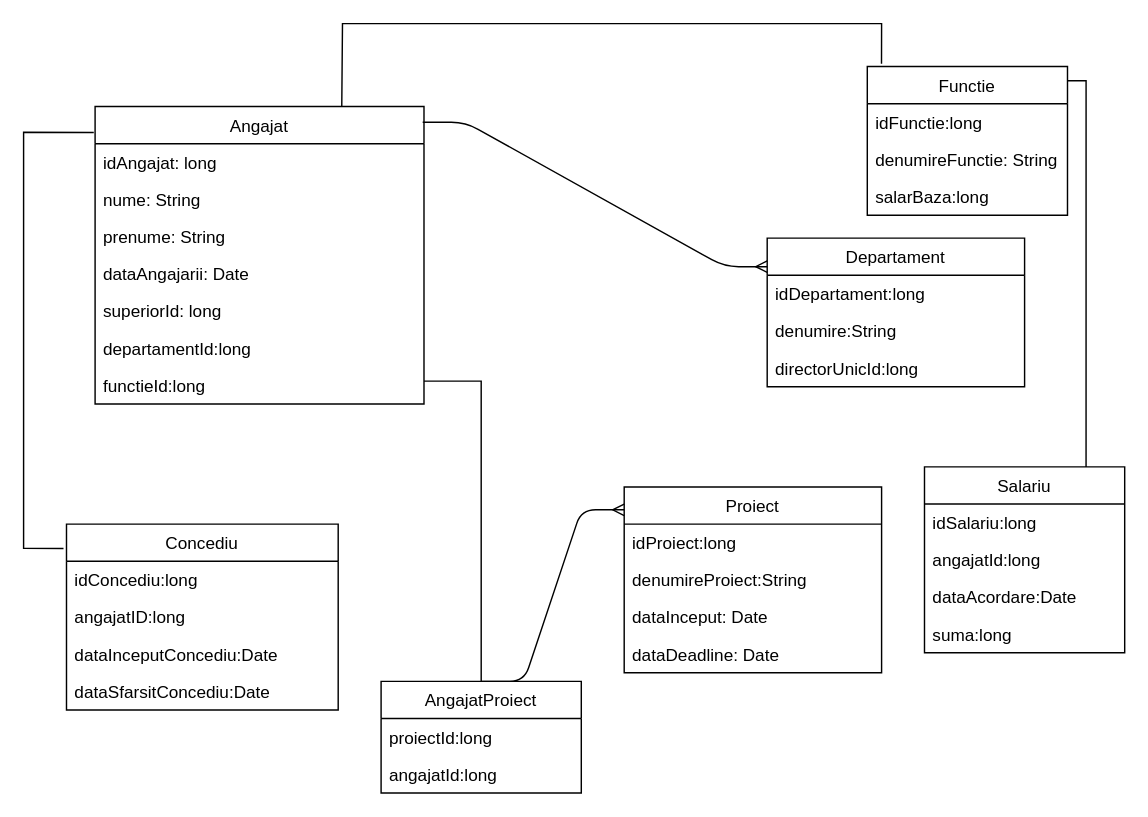
The draw.io diagram src/companieDiagramaEntitati.drawio in cristianabote/Companie, before the edit. Source tidied: cells renumbered, new cells numbered last; positions are measured from the earlier drawing's top-left corner, leaving out a move shared by most shapes. Both pictures are drawn from the tidied source at 143%, with x=0, y=0 at pixel (23, 23).
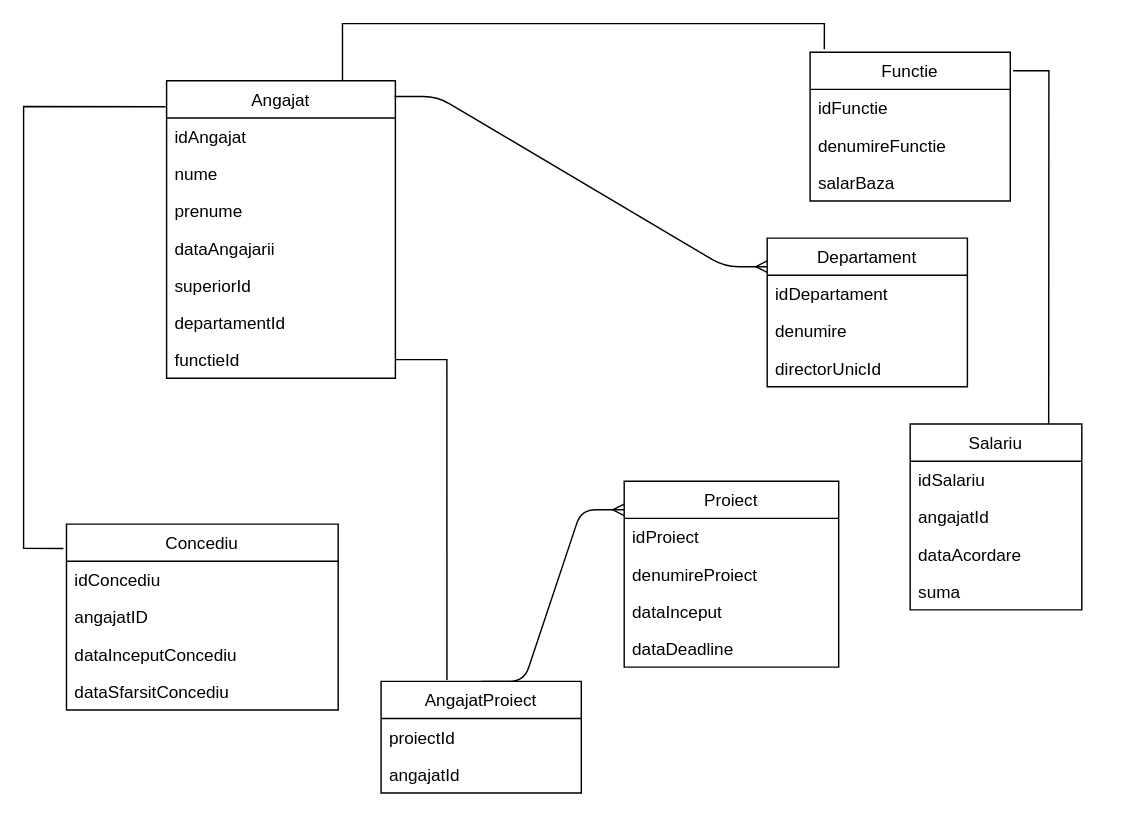
The same diagram, later.

Unchanged cells that the change refers to:
```xml
<mxCell id="19" value="Concediu" style="swimlane;fontStyle=0;horizontal=1;startSize=26;fillColor=none;" parent="1" vertex="1">
  <mxGeometry x="30" y="350" width="190" height="130" as="geometry" />
</mxCell>
<mxCell id="33" value="AngajatProiect" style="swimlane;fontStyle=0;horizontal=1;startSize=26;fillColor=none;" parent="1" vertex="1">
  <mxGeometry x="250" y="460" width="140" height="78" as="geometry" />
</mxCell>
```

What changed in the source:
```diff
@@
     <mxCell id="2" value="Angajat" style="swimlane;fontStyle=0;horizontal=1;startSize=26;fillColor=none;" parent="1" vertex="1">
-      <mxGeometry x="50" y="58" width="230" height="208" as="geometry" />
+      <mxGeometry x="100" y="40" width="160" height="208" as="geometry" />
     </mxCell>
-    <mxCell id="3" value="idAngajat: long" style="text;strokeColor=none;fillColor=none;align=left;verticalAlign=top;spacingLeft=4;spacingRight=4;overflow=hidden;" parent="2" vertex="1">
-      <mxGeometry y="26" width="230" height="26" as="geometry" />
+    <mxCell id="3" value="idAngajat" style="text;strokeColor=none;fillColor=none;align=left;verticalAlign=top;spacingLeft=4;spacingRight=4;overflow=hidden;" parent="2" vertex="1">
+      <mxGeometry y="26" width="160" height="26" as="geometry" />
     </mxCell>
-    <mxCell id="4" value="nume: String" style="text;strokeColor=none;fillColor=none;align=left;verticalAlign=top;spacingLeft=4;spacingRight=4;overflow=hidden;" parent="2" vertex="1">
-      <mxGeometry y="52" width="230" height="26" as="geometry" />
+    <mxCell id="4" value="nume&#10;" style="text;strokeColor=none;fillColor=none;align=left;verticalAlign=top;spacingLeft=4;spacingRight=4;overflow=hidden;" parent="2" vertex="1">
+      <mxGeometry y="52" width="160" height="26" as="geometry" />
     </mxCell>
-    <mxCell id="5" value="prenume: String" style="text;strokeColor=none;fillColor=none;align=left;verticalAlign=top;spacingLeft=4;spacingRight=4;overflow=hidden;" parent="2" vertex="1">
-      <mxGeometry y="78" width="230" height="26" as="geometry" />
+    <mxCell id="5" value="prenume" style="text;strokeColor=none;fillColor=none;align=left;verticalAlign=top;spacingLeft=4;spacingRight=4;overflow=hidden;" parent="2" vertex="1">
+      <mxGeometry y="78" width="160" height="26" as="geometry" />
     </mxCell>
-    <mxCell id="6" value="dataAngajarii: Date" style="text;strokeColor=none;fillColor=none;align=left;verticalAlign=top;spacingLeft=4;spacingRight=4;overflow=hidden;" parent="2" vertex="1">
-      <mxGeometry y="104" width="230" height="26" as="geometry" />
+    <mxCell id="6" value="dataAngajarii" style="text;strokeColor=none;fillColor=none;align=left;verticalAlign=top;spacingLeft=4;spacingRight=4;overflow=hidden;" parent="2" vertex="1">
+      <mxGeometry y="104" width="160" height="26" as="geometry" />
     </mxCell>
-    <mxCell id="7" value="superiorId: long" style="text;strokeColor=none;fillColor=none;align=left;verticalAlign=top;spacingLeft=4;spacingRight=4;overflow=hidden;" parent="2" vertex="1">
-      <mxGeometry y="130" width="230" height="26" as="geometry" />
+    <mxCell id="7" value="superiorId" style="text;strokeColor=none;fillColor=none;align=left;verticalAlign=top;spacingLeft=4;spacingRight=4;overflow=hidden;" parent="2" vertex="1">
+      <mxGeometry y="130" width="160" height="26" as="geometry" />
     </mxCell>
-    <mxCell id="8" value="departamentId:long" style="text;strokeColor=none;fillColor=none;align=left;verticalAlign=top;spacingLeft=4;spacingRight=4;overflow=hidden;" parent="2" vertex="1">
-      <mxGeometry y="156" width="230" height="26" as="geometry" />
+    <mxCell id="8" value="departamentId" style="text;strokeColor=none;fillColor=none;align=left;verticalAlign=top;spacingLeft=4;spacingRight=4;overflow=hidden;" parent="2" vertex="1">
+      <mxGeometry y="156" width="160" height="26" as="geometry" />
     </mxCell>
-    <mxCell id="9" value="functieId:long" style="text;strokeColor=none;fillColor=none;align=left;verticalAlign=top;spacingLeft=4;spacingRight=4;overflow=hidden;points=[[0,0.5],[1,0.5]];portConstraint=eastwest;" parent="2" vertex="1">
-      <mxGeometry y="182" width="230" height="26" as="geometry" />
+    <mxCell id="9" value="functieId" style="text;strokeColor=none;fillColor=none;align=left;verticalAlign=top;spacingLeft=4;spacingRight=4;overflow=hidden;points=[[0,0.5],[1,0.5]];portConstraint=eastwest;" parent="2" vertex="1">
+      <mxGeometry y="182" width="160" height="26" as="geometry" />
     </mxCell>
     <mxCell id="10" value="Functie" style="swimlane;fontStyle=0;horizontal=1;startSize=26;fillColor=none;" parent="1" vertex="1">
-      <mxGeometry x="590" y="30" width="140" height="104" as="geometry" />
+      <mxGeometry x="550" y="20" width="140" height="104" as="geometry" />
     </mxCell>
-    <mxCell id="11" value="idFunctie:long" style="text;strokeColor=none;fillColor=none;align=left;verticalAlign=top;spacingLeft=4;spacingRight=4;overflow=hidden;" parent="10" vertex="1">
+    <mxCell id="11" value="idFunctie" style="text;strokeColor=none;fillColor=none;align=left;verticalAlign=top;spacingLeft=4;spacingRight=4;overflow=hidden;" parent="10" vertex="1">
       <mxGeometry y="26" width="140" height="26" as="geometry" />
     </mxCell>
-    <mxCell id="12" value="denumireFunctie: String" style="text;strokeColor=none;fillColor=none;align=left;verticalAlign=top;spacingLeft=4;spacingRight=4;overflow=hidden;" parent="10" vertex="1">
+    <mxCell id="12" value="denumireFunctie" style="text;strokeColor=none;fillColor=none;align=left;verticalAlign=top;spacingLeft=4;spacingRight=4;overflow=hidden;" parent="10" vertex="1">
       <mxGeometry y="52" width="140" height="26" as="geometry" />
     </mxCell>
-    <mxCell id="13" value="salarBaza:long" style="text;strokeColor=none;fillColor=none;align=left;verticalAlign=top;spacingLeft=4;spacingRight=4;overflow=hidden;" parent="10" vertex="1">
+    <mxCell id="13" value="salarBaza" style="text;strokeColor=none;fillColor=none;align=left;verticalAlign=top;spacingLeft=4;spacingRight=4;overflow=hidden;" parent="10" vertex="1">
       <mxGeometry y="78" width="140" height="26" as="geometry" />
     </mxCell>
     <mxCell id="14" value="Proiect" style="swimlane;fontStyle=0;horizontal=1;startSize=26;fillColor=none;" parent="1" vertex="1">
-      <mxGeometry x="420" y="324" width="180" height="130" as="geometry" />
+      <mxGeometry x="420" y="320" width="150" height="130" as="geometry" />
     </mxCell>
-    <mxCell id="15" value="idProiect:long" style="text;strokeColor=none;fillColor=none;align=left;verticalAlign=top;spacingLeft=4;spacingRight=4;overflow=hidden;" parent="14" vertex="1">
-      <mxGeometry y="26" width="180" height="26" as="geometry" />
+    <mxCell id="15" value="idProiect" style="text;strokeColor=none;fillColor=none;align=left;verticalAlign=top;spacingLeft=4;spacingRight=4;overflow=hidden;" parent="14" vertex="1">
+      <mxGeometry y="26" width="150" height="26" as="geometry" />
     </mxCell>
-    <mxCell id="16" value="denumireProiect:String" style="text;strokeColor=none;fillColor=none;align=left;verticalAlign=top;spacingLeft=4;spacingRight=4;overflow=hidden;" parent="14" vertex="1">
-      <mxGeometry y="52" width="180" height="26" as="geometry" />
+    <mxCell id="16" value="denumireProiect" style="text;strokeColor=none;fillColor=none;align=left;verticalAlign=top;spacingLeft=4;spacingRight=4;overflow=hidden;" parent="14" vertex="1">
+      <mxGeometry y="52" width="150" height="26" as="geometry" />
     </mxCell>
-    <mxCell id="17" value="dataInceput: Date" style="text;strokeColor=none;fillColor=none;align=left;verticalAlign=top;spacingLeft=4;spacingRight=4;overflow=hidden;" parent="14" vertex="1">
-      <mxGeometry y="78" width="180" height="26" as="geometry" />
+    <mxCell id="17" value="dataInceput" style="text;strokeColor=none;fillColor=none;align=left;verticalAlign=top;spacingLeft=4;spacingRight=4;overflow=hidden;" parent="14" vertex="1">
+      <mxGeometry y="78" width="150" height="26" as="geometry" />
     </mxCell>
-    <mxCell id="18" value="dataDeadline: Date" style="text;strokeColor=none;fillColor=none;align=left;verticalAlign=top;spacingLeft=4;spacingRight=4;overflow=hidden;" parent="14" vertex="1">
-      <mxGeometry y="104" width="180" height="26" as="geometry" />
+    <mxCell id="18" value="dataDeadline" style="text;strokeColor=none;fillColor=none;align=left;verticalAlign=top;spacingLeft=4;spacingRight=4;overflow=hidden;" parent="14" vertex="1">
+      <mxGeometry y="104" width="150" height="26" as="geometry" />
     </mxCell>
@@
-    <mxCell id="20" value="idConcediu:long" style="text;strokeColor=none;fillColor=none;align=left;verticalAlign=top;spacingLeft=4;spacingRight=4;overflow=hidden;" parent="19" vertex="1">
+    <mxCell id="20" value="idConcediu" style="text;strokeColor=none;fillColor=none;align=left;verticalAlign=top;spacingLeft=4;spacingRight=4;overflow=hidden;" parent="19" vertex="1">
       <mxGeometry y="26" width="190" height="26" as="geometry" />
     </mxCell>
-    <mxCell id="21" value="angajatID:long" style="text;strokeColor=none;fillColor=none;align=left;verticalAlign=top;spacingLeft=4;spacingRight=4;overflow=hidden;" parent="19" vertex="1">
+    <mxCell id="21" value="angajatID" style="text;strokeColor=none;fillColor=none;align=left;verticalAlign=top;spacingLeft=4;spacingRight=4;overflow=hidden;" parent="19" vertex="1">
       <mxGeometry y="52" width="190" height="26" as="geometry" />
     </mxCell>
-    <mxCell id="22" value="dataInceputConcediu:Date" style="text;strokeColor=none;fillColor=none;align=left;verticalAlign=top;spacingLeft=4;spacingRight=4;overflow=hidden;" parent="19" vertex="1">
+    <mxCell id="22" value="dataInceputConcediu" style="text;strokeColor=none;fillColor=none;align=left;verticalAlign=top;spacingLeft=4;spacingRight=4;overflow=hidden;" parent="19" vertex="1">
       <mxGeometry y="78" width="190" height="26" as="geometry" />
     </mxCell>
-    <mxCell id="23" value="dataSfarsitConcediu:Date" style="text;strokeColor=none;fillColor=none;align=left;verticalAlign=top;spacingLeft=4;spacingRight=4;overflow=hidden;" parent="19" vertex="1">
+    <mxCell id="23" value="dataSfarsitConcediu" style="text;strokeColor=none;fillColor=none;align=left;verticalAlign=top;spacingLeft=4;spacingRight=4;overflow=hidden;" parent="19" vertex="1">
       <mxGeometry y="104" width="190" height="26" as="geometry" />
     </mxCell>
     <mxCell id="24" value="Departament" style="swimlane;fontStyle=0;horizontal=1;startSize=26;fillColor=none;" parent="1" vertex="1">
-      <mxGeometry x="520" y="150" width="180" height="104" as="geometry" />
+      <mxGeometry x="520" y="150" width="140" height="104" as="geometry" />
     </mxCell>
-    <mxCell id="25" value="idDepartament:long" style="text;strokeColor=none;fillColor=none;align=left;verticalAlign=top;spacingLeft=4;spacingRight=4;overflow=hidden;" parent="24" vertex="1">
-      <mxGeometry y="26" width="180" height="26" as="geometry" />
+    <mxCell id="25" value="idDepartament" style="text;strokeColor=none;fillColor=none;align=left;verticalAlign=top;spacingLeft=4;spacingRight=4;overflow=hidden;" parent="24" vertex="1">
+      <mxGeometry y="26" width="140" height="26" as="geometry" />
     </mxCell>
-    <mxCell id="26" value="denumire:String" style="text;strokeColor=none;fillColor=none;align=left;verticalAlign=top;spacingLeft=4;spacingRight=4;overflow=hidden;" parent="24" vertex="1">
-      <mxGeometry y="52" width="180" height="26" as="geometry" />
+    <mxCell id="26" value="denumire" style="text;strokeColor=none;fillColor=none;align=left;verticalAlign=top;spacingLeft=4;spacingRight=4;overflow=hidden;" parent="24" vertex="1">
+      <mxGeometry y="52" width="140" height="26" as="geometry" />
     </mxCell>
-    <mxCell id="27" value="directorUnicId:long" style="text;strokeColor=none;fillColor=none;align=left;verticalAlign=top;spacingLeft=4;spacingRight=4;overflow=hidden;" parent="24" vertex="1">
-      <mxGeometry y="78" width="180" height="26" as="geometry" />
+    <mxCell id="27" value="directorUnicId" style="text;strokeColor=none;fillColor=none;align=left;verticalAlign=top;spacingLeft=4;spacingRight=4;overflow=hidden;" parent="24" vertex="1">
+      <mxGeometry y="78" width="140" height="26" as="geometry" />
     </mxCell>
     <mxCell id="28" value="Salariu" style="swimlane;fontStyle=0;horizontal=1;startSize=26;fillColor=none;" parent="1" vertex="1">
-      <mxGeometry x="630" y="310" width="140" height="130" as="geometry" />
+      <mxGeometry x="620" y="280" width="120" height="130" as="geometry" />
     </mxCell>
-    <mxCell id="29" value="idSalariu:long" style="text;strokeColor=none;fillColor=none;align=left;verticalAlign=top;spacingLeft=4;spacingRight=4;overflow=hidden;" parent="28" vertex="1">
-      <mxGeometry y="26" width="140" height="26" as="geometry" />
+    <mxCell id="29" value="idSalariu" style="text;strokeColor=none;fillColor=none;align=left;verticalAlign=top;spacingLeft=4;spacingRight=4;overflow=hidden;" parent="28" vertex="1">
+      <mxGeometry y="26" width="120" height="26" as="geometry" />
     </mxCell>
-    <mxCell id="30" value="angajatId:long" style="text;strokeColor=none;fillColor=none;align=left;verticalAlign=top;spacingLeft=4;spacingRight=4;overflow=hidden;" parent="28" vertex="1">
-      <mxGeometry y="52" width="140" height="26" as="geometry" />
+    <mxCell id="30" value="angajatId" style="text;strokeColor=none;fillColor=none;align=left;verticalAlign=top;spacingLeft=4;spacingRight=4;overflow=hidden;" parent="28" vertex="1">
+      <mxGeometry y="52" width="120" height="26" as="geometry" />
     </mxCell>
-    <mxCell id="31" value="dataAcordare:Date" style="text;strokeColor=none;fillColor=none;align=left;verticalAlign=top;spacingLeft=4;spacingRight=4;overflow=hidden;" parent="28" vertex="1">
-      <mxGeometry y="78" width="140" height="26" as="geometry" />
+    <mxCell id="31" value="dataAcordare" style="text;strokeColor=none;fillColor=none;align=left;verticalAlign=top;spacingLeft=4;spacingRight=4;overflow=hidden;" parent="28" vertex="1">
+      <mxGeometry y="78" width="120" height="26" as="geometry" />
     </mxCell>
-    <mxCell id="32" value="suma:long" style="text;strokeColor=none;fillColor=none;align=left;verticalAlign=top;spacingLeft=4;spacingRight=4;overflow=hidden;" parent="28" vertex="1">
-      <mxGeometry y="104" width="140" height="26" as="geometry" />
+    <mxCell id="32" value="suma" style="text;strokeColor=none;fillColor=none;align=left;verticalAlign=top;spacingLeft=4;spacingRight=4;overflow=hidden;" parent="28" vertex="1">
+      <mxGeometry y="104" width="120" height="26" as="geometry" />
     </mxCell>
@@
-    <mxCell id="34" value="proiectId:long" style="text;strokeColor=none;fillColor=none;align=left;verticalAlign=top;spacingLeft=4;spacingRight=4;overflow=hidden;" parent="33" vertex="1">
+    <mxCell id="34" value="proiectId" style="text;strokeColor=none;fillColor=none;align=left;verticalAlign=top;spacingLeft=4;spacingRight=4;overflow=hidden;" parent="33" vertex="1">
       <mxGeometry y="26" width="140" height="26" as="geometry" />
     </mxCell>
-    <mxCell id="35" value="angajatId:long" style="text;strokeColor=none;fillColor=none;align=left;verticalAlign=top;spacingLeft=4;spacingRight=4;overflow=hidden;" parent="33" vertex="1">
+    <mxCell id="35" value="angajatId" style="text;strokeColor=none;fillColor=none;align=left;verticalAlign=top;spacingLeft=4;spacingRight=4;overflow=hidden;" parent="33" vertex="1">
       <mxGeometry y="52" width="140" height="26" as="geometry" />
     </mxCell>
-    <mxCell id="36" style="endArrow=none;html=1;rounded=0;exitX=0.75;exitY=0;exitDx=0;exitDy=0;entryX=0.071;entryY=-0.019;entryDx=0;entryDy=0;entryPerimeter=0;" parent="1" edge="1" source="2" target="10">
+    <mxCell id="36" style="endArrow=none;html=1;rounded=0;entryX=0.071;entryY=-0.019;entryDx=0;entryDy=0;entryPerimeter=0;" parent="1" edge="1" target="10">
       <mxGeometry relative="1" as="geometry">
+        <mxPoint x="223" y="40" as="sourcePoint" />
         <Array as="points">
           <mxPoint x="223" />
-          <mxPoint x="600" />
+          <mxPoint x="560" />
         </Array>
       </mxGeometry>
     </mxCell>
-    <mxCell id="37" style="endArrow=none;html=1;rounded=0;entryX=0.807;entryY=0;entryDx=0;entryDy=0;entryPerimeter=0;" parent="1" edge="1" target="28">
+    <mxCell id="37" style="endArrow=none;html=1;rounded=0;entryX=0.807;entryY=0;entryDx=0;entryDy=0;entryPerimeter=0;exitX=1.014;exitY=0.125;exitDx=0;exitDy=0;exitPerimeter=0;" parent="1" edge="1" source="10" target="28">
       <mxGeometry relative="1" as="geometry">
-        <mxPoint x="730" y="40" as="sourcePoint" />
         <Array as="points">
-          <mxPoint x="743" y="40" />
+          <mxPoint x="717" y="33" />
         </Array>
       </mxGeometry>
     </mxCell>
@@
     <mxCell id="40" style="endArrow=none;html=1;rounded=0;exitX=-0.004;exitY=0.087;exitDx=0;exitDy=0;exitPerimeter=0;entryX=-0.011;entryY=0.131;entryDx=0;entryDy=0;entryPerimeter=0;" parent="1" edge="1" source="2" target="19">
       <mxGeometry relative="1" as="geometry">
         <Array as="points">
-          <mxPoint y="76" />
+          <mxPoint y="58" />
           <mxPoint y="367" />
         </Array>
       </mxGeometry>
     </mxCell>
-    <mxCell id="41" style="endArrow=none;html=1;rounded=0;entryX=0.5;entryY=0;entryDx=0;entryDy=0;" parent="1" edge="1" target="33">
+    <mxCell id="41" style="endArrow=none;html=1;rounded=0;entryX=0.329;entryY=-0.013;entryDx=0;entryDy=0;entryPerimeter=0;exitX=1;exitY=0.5;exitDx=0;exitDy=0;" parent="1" edge="1" source="9" target="33">
       <mxGeometry relative="1" as="geometry">
-        <mxPoint x="280" y="250" as="sourcePoint" />
         <Array as="points">
-          <mxPoint x="320" y="250" />
+          <mxPoint x="296" y="235" />
         </Array>
       </mxGeometry>
     </mxCell>
```
